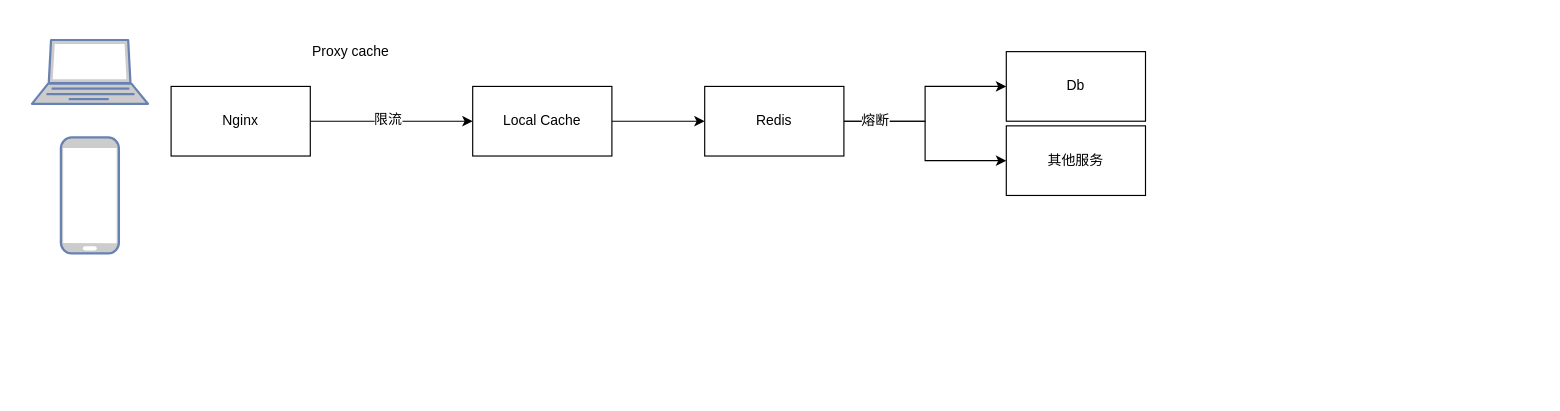
Above: 未命名表单.drawio in lndj/draw.io (draw.io), before the change. Source tidied: cells renumbered, new cells numbered last; positions are measured from the earlier drawing's top-left corner, leaving out a move shared by most shapes. Both pictures are drawn from the tidied source at 116%, with x=0, y=0 at pixel (31, 39).
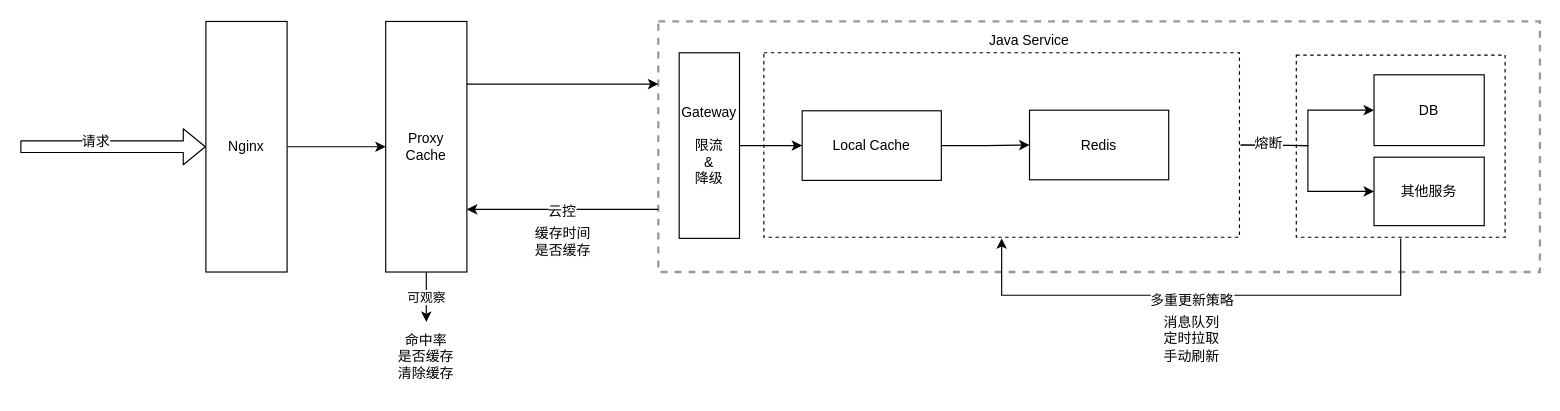
The same diagram, later.

Commit message:
更新未命名表单.drawio

Diff of the diagram source:
```diff
@@
-    <mxCell id="2" style="fontColor=#0066CC;verticalAlign=top;verticalLabelPosition=bottom;labelPosition=center;align=center;html=1;fillColor=#CCCCCC;strokeColor=#6881B3;gradientColor=none;gradientDirection=north;strokeWidth=2;shape=mxgraph.networks.laptop;" parent="1" vertex="1">
-      <mxGeometry width="100" height="55" as="geometry" />
-    </mxCell>
-    <mxCell id="3" style="fontColor=#0066CC;verticalAlign=top;verticalLabelPosition=bottom;labelPosition=center;align=center;html=1;fillColor=#CCCCCC;strokeColor=#6881B3;gradientColor=none;gradientDirection=north;strokeWidth=2;shape=mxgraph.networks.mobile;" parent="1" vertex="1">
-      <mxGeometry x="25" y="84" width="50" height="100" as="geometry" />
-    </mxCell>
-    <mxCell id="4" style="edgeStyle=orthogonalEdgeStyle;rounded=0;jettySize=auto;html=1;" parent="1" edge="1" source="6">
-      <mxGeometry relative="1" as="geometry">
-        <mxPoint x="380" y="70" as="targetPoint" />
-      </mxGeometry>
-    </mxCell>
-    <mxCell id="5" value="限流" style="text;html=1;align=center;verticalAlign=middle;labelBackgroundColor=#ffffff;" parent="4" vertex="1">
-      <mxGeometry x="-0.06" y="2" relative="1" as="geometry" />
-    </mxCell>
-    <mxCell id="6" value="Nginx" style="rounded=0;whiteSpace=wrap;html=1;" parent="1" vertex="1">
-      <mxGeometry x="120" y="40" width="120" height="60" as="geometry" />
-    </mxCell>
+    <mxCell id="16" style="rounded=0;whiteSpace=wrap;html=1;dashed=1;opacity=40;strokeWidth=2;" parent="1" vertex="1">
+      <mxGeometry x="540" y="-16" width="760" height="216" as="geometry" />
+    </mxCell>
+    <mxCell id="17" style="edgeStyle=orthogonalEdgeStyle;rounded=0;orthogonalLoop=1;jettySize=auto;html=1;entryX=0.5;entryY=1;entryDx=0;entryDy=0;exitX=0.5;exitY=1;exitDx=0;exitDy=0;" parent="1" edge="1">
+      <mxGeometry relative="1" as="geometry">
+        <mxPoint x="1180" y="171" as="sourcePoint" />
+        <mxPoint x="836" y="171" as="targetPoint" />
+        <Array as="points">
+          <mxPoint x="1180" y="220" />
+          <mxPoint x="836" y="220" />
+        </Array>
+      </mxGeometry>
+    </mxCell>
+    <mxCell id="18" value="多重更新策略" style="text;html=1;align=center;verticalAlign=middle;labelBackgroundColor=#ffffff;" parent="17" vertex="1">
+      <mxGeometry x="0.04" y="4" relative="1" as="geometry" />
+    </mxCell>
+    <mxCell id="19" style="rounded=0;whiteSpace=wrap;html=1;dashed=1;strokeWidth=1;" parent="1" vertex="1">
+      <mxGeometry x="1090" y="13" width="180" height="157" as="geometry" />
+    </mxCell>
+    <mxCell id="20" style="rounded=0;whiteSpace=wrap;html=1;strokeWidth=1;dashed=1;" parent="1" vertex="1">
+      <mxGeometry x="631" y="11" width="410" height="159" as="geometry" />
+    </mxCell>
+    <mxCell id="21" style="edgeStyle=orthogonalEdgeStyle;rounded=0;jettySize=auto;html=1;exitX=0;exitY=0.75;exitDx=0;exitDy=0;entryX=1;entryY=0.75;entryDx=0;entryDy=0;" parent="1" edge="1" source="16" target="25">
+      <mxGeometry relative="1" as="geometry" />
+    </mxCell>
+    <mxCell id="22" value="云控" style="text;html=1;align=center;verticalAlign=middle;labelBackgroundColor=#ffffff;" parent="21" vertex="1">
+      <mxGeometry x="0.02" y="1" relative="1" as="geometry" />
+    </mxCell>
@@
     <mxCell id="8" value="Local Cache" style="rounded=0;whiteSpace=wrap;html=1;" parent="1" vertex="1">
-      <mxGeometry x="380" y="40" width="120" height="60" as="geometry" />
+      <mxGeometry x="664" y="61" width="120" height="60" as="geometry" />
     </mxCell>
-    <mxCell id="9" style="edgeStyle=orthogonalEdgeStyle;rounded=0;jettySize=auto;html=1;" parent="1" edge="1" source="12" target="13">
-      <mxGeometry relative="1" as="geometry" />
+    <mxCell id="9" style="edgeStyle=orthogonalEdgeStyle;rounded=0;jettySize=auto;html=1;" parent="1" edge="1" target="13">
+      <mxGeometry relative="1" as="geometry">
+        <mxPoint x="1042" y="90.5" as="sourcePoint" />
+      </mxGeometry>
     </mxCell>
-    <mxCell id="10" style="edgeStyle=orthogonalEdgeStyle;rounded=0;jettySize=auto;html=1;entryX=0;entryY=0.5;entryDx=0;entryDy=0;" parent="1" edge="1" source="12" target="14">
-      <mxGeometry relative="1" as="geometry" />
+    <mxCell id="10" style="edgeStyle=orthogonalEdgeStyle;rounded=0;jettySize=auto;html=1;entryX=0;entryY=0.5;entryDx=0;entryDy=0;" parent="1" edge="1" target="14">
+      <mxGeometry relative="1" as="geometry">
+        <mxPoint x="1042" y="90.5" as="sourcePoint" />
+      </mxGeometry>
     </mxCell>
@@
     <mxCell id="12" value="Redis&lt;br&gt;" style="rounded=0;whiteSpace=wrap;html=1;" parent="1" vertex="1">
-      <mxGeometry x="580" y="40" width="120" height="60" as="geometry" />
+      <mxGeometry x="860" y="60.5" width="120" height="60" as="geometry" />
     </mxCell>
-    <mxCell id="13" value="Db&lt;br&gt;" style="rounded=0;whiteSpace=wrap;html=1;" parent="1" vertex="1">
-      <mxGeometry x="840" y="10" width="120" height="60" as="geometry" />
+    <mxCell id="13" value="DB&lt;br&gt;" style="rounded=0;whiteSpace=wrap;html=1;" parent="1" vertex="1">
+      <mxGeometry x="1157" y="30" width="95" height="61" as="geometry" />
     </mxCell>
     <mxCell id="14" value="其他服务" style="rounded=0;whiteSpace=wrap;html=1;" parent="1" vertex="1">
-      <mxGeometry x="840" y="74" width="120" height="60" as="geometry" />
+      <mxGeometry x="1157" y="101" width="95" height="59" as="geometry" />
     </mxCell>
-    <mxCell id="15" value="Proxy cache&lt;br&gt;" style="text;html=1;align=left;verticalAlign=top;spacingTop=-4;" parent="1" vertex="1">
-      <mxGeometry x="240" width="80" height="20" as="geometry" />
-    </mxCell>
+    <mxCell id="23" style="edgeStyle=orthogonalEdgeStyle;rounded=0;jettySize=auto;html=1;exitX=1;exitY=0.25;exitDx=0;exitDy=0;entryX=0;entryY=0.25;entryDx=0;entryDy=0;" parent="1" edge="1" source="25" target="16">
+      <mxGeometry relative="1" as="geometry" />
+    </mxCell>
+    <mxCell id="24" value="可观察" style="edgeStyle=orthogonalEdgeStyle;rounded=0;jettySize=auto;html=1;entryX=0.5;entryY=0;entryDx=0;entryDy=0;" parent="1" edge="1" source="25" target="34">
+      <mxGeometry relative="1" as="geometry" />
+    </mxCell>
+    <mxCell id="25" value="Proxy Cache" style="rounded=0;whiteSpace=wrap;html=1;" parent="1" vertex="1">
+      <mxGeometry x="305" y="-16" width="70" height="216" as="geometry" />
+    </mxCell>
+    <mxCell id="26" value="Java Service" style="text;html=1;strokeColor=none;fillColor=none;align=center;verticalAlign=middle;whiteSpace=wrap;rounded=0;dashed=1;opacity=40;" parent="1" vertex="1">
+      <mxGeometry x="815" y="-9" width="90" height="20" as="geometry" />
+    </mxCell>
+    <mxCell id="27" value="缓存时间&lt;br&gt;是否缓存&lt;br&gt;" style="text;html=1;strokeColor=none;fillColor=none;align=center;verticalAlign=middle;whiteSpace=wrap;rounded=0;dashed=1;opacity=40;" parent="1" vertex="1">
+      <mxGeometry x="417.5" y="161" width="80" height="26" as="geometry" />
+    </mxCell>
+    <mxCell id="28" style="edgeStyle=orthogonalEdgeStyle;rounded=0;jettySize=auto;html=1;exitX=1;exitY=0.5;exitDx=0;exitDy=0;entryX=0;entryY=0.5;entryDx=0;entryDy=0;" parent="1" edge="1" source="6" target="25">
+      <mxGeometry relative="1" as="geometry" />
+    </mxCell>
+    <mxCell id="6" value="Nginx" style="rounded=0;whiteSpace=wrap;html=1;" parent="1" vertex="1">
+      <mxGeometry x="150" y="-16" width="70" height="216" as="geometry" />
+    </mxCell>
+    <mxCell id="29" style="edgeStyle=orthogonalEdgeStyle;rounded=0;jettySize=auto;html=1;exitX=1;exitY=0.5;exitDx=0;exitDy=0;entryX=0;entryY=0.5;entryDx=0;entryDy=0;" parent="1" edge="1" source="30" target="8">
+      <mxGeometry relative="1" as="geometry" />
+    </mxCell>
+    <mxCell id="30" value="Gateway&lt;br&gt;&lt;br&gt;限流&lt;br&gt;&amp;amp;&lt;br&gt;降级&lt;br&gt;" style="rounded=0;whiteSpace=wrap;html=1;strokeWidth=1;" parent="1" vertex="1">
+      <mxGeometry x="558" y="11" width="52" height="160" as="geometry" />
+    </mxCell>
+    <mxCell id="31" style="shape=flexArrow;endArrow=classic;html=1;entryX=0;entryY=0.5;entryDx=0;entryDy=0;" parent="1" edge="1" target="6">
+      <mxGeometry relative="1" as="geometry">
+        <mxPoint x="-10" y="92" as="sourcePoint" />
+      </mxGeometry>
+    </mxCell>
+    <mxCell id="32" value="请求&lt;br&gt;" style="text;html=1;align=center;verticalAlign=middle;labelBackgroundColor=#ffffff;" parent="31" vertex="1">
+      <mxGeometry x="-0.2" y="5" relative="1" as="geometry" />
+    </mxCell>
+    <mxCell id="33" value="消息队列&lt;br&gt;定时拉取&lt;br&gt;手动刷新&lt;br&gt;" style="text;html=1;strokeColor=none;fillColor=none;align=center;verticalAlign=middle;whiteSpace=wrap;rounded=0;dashed=1;" parent="1" vertex="1">
+      <mxGeometry x="950" y="238" width="100" height="40" as="geometry" />
+    </mxCell>
+    <mxCell id="34" value="命中率&lt;br&gt;是否缓存&lt;br&gt;清除缓存&lt;br&gt;" style="text;html=1;strokeColor=none;fillColor=none;align=center;verticalAlign=middle;whiteSpace=wrap;rounded=0;dashed=1;" parent="1" vertex="1">
+      <mxGeometry x="305" y="243" width="70" height="60" as="geometry" />
+    </mxCell>
```
